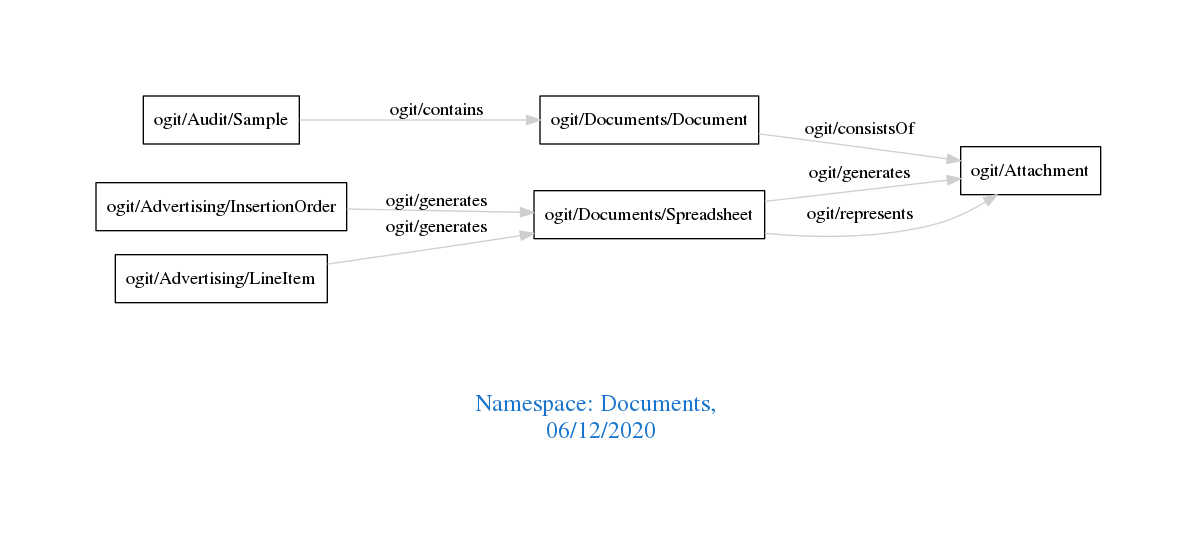
Above: downloads/Documents.png in arago/OGIT (Graphviz), before the change. Its source is kept beside it as downloads/Documents.dot.
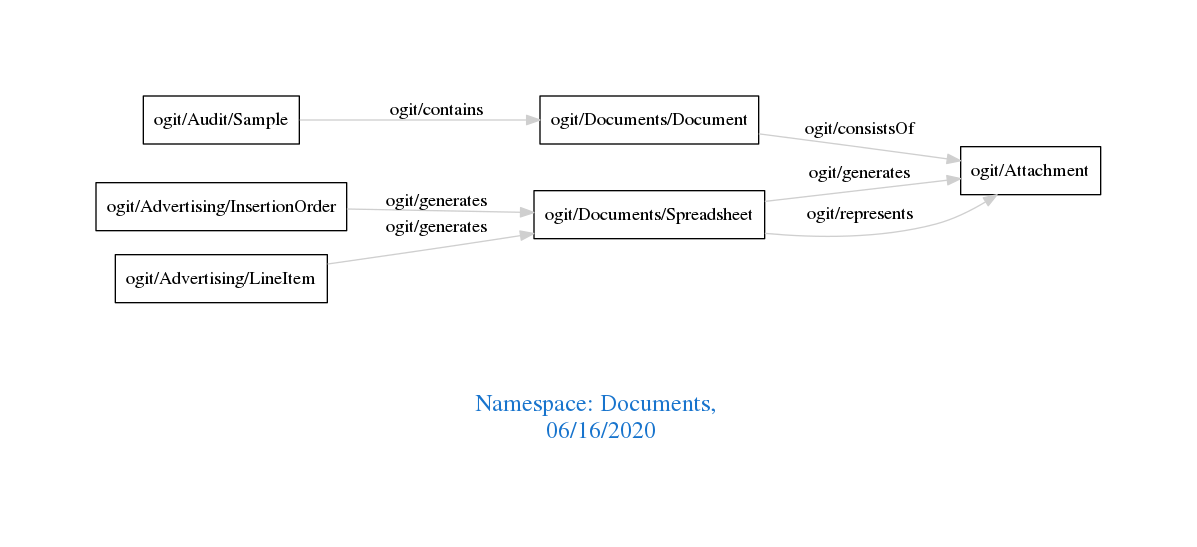
The same diagram one commit later.

The edit, as a diff of the source:
```diff
@@ -1,7 +1,7 @@
 digraph OGIT_ontology {
  graph [ rankdir= LR,pad=1
 fontsize = 18,
-fontcolor= dodgerblue3,label = "\n\n\nNamespace: Documents, \n 06/12/2020"];
+fontcolor= dodgerblue3,label = "\n\n\nNamespace: Documents, \n 06/16/2020"];
 node[shape=polygon];
 edge [  color="gray81"];
 
```
